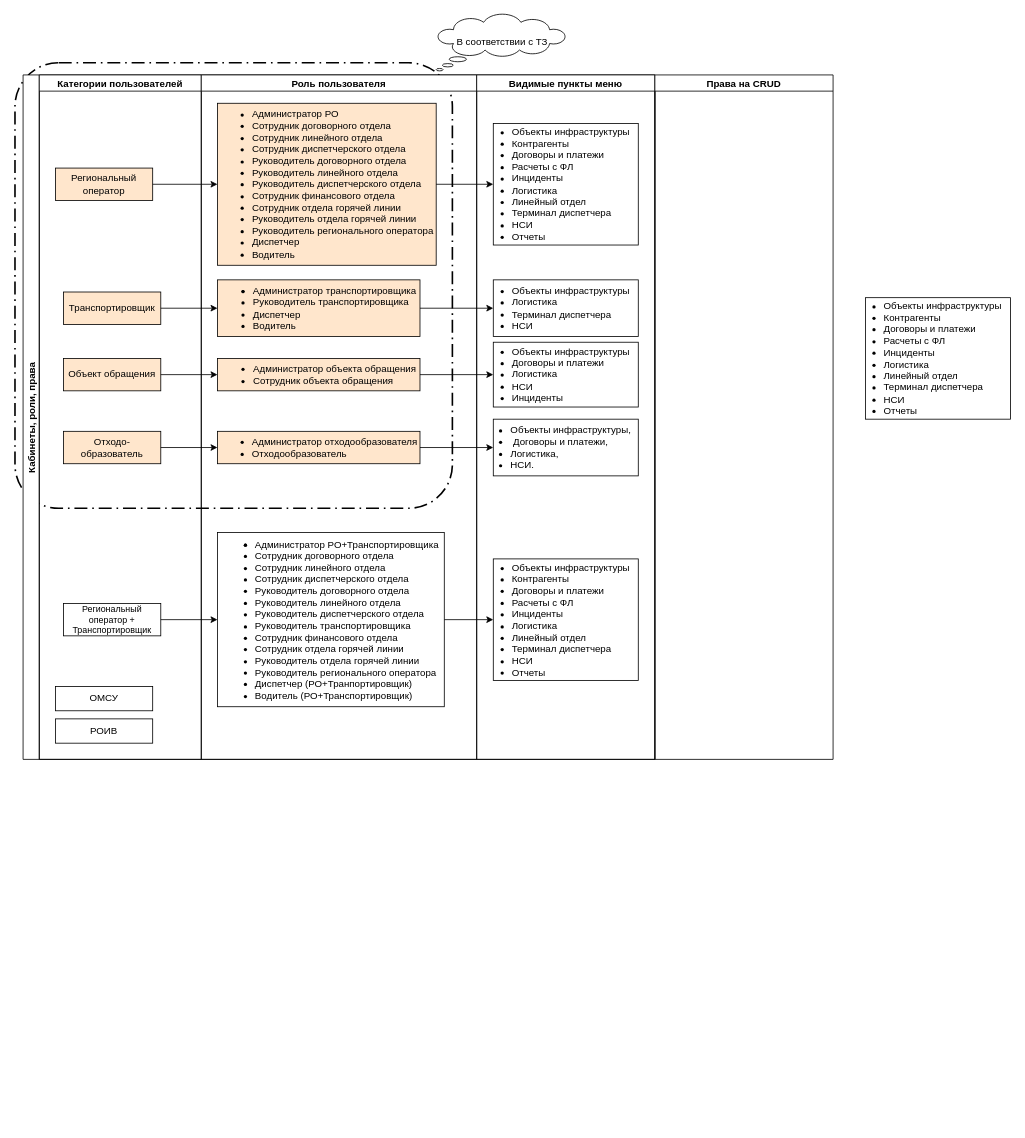
The draw.io diagram page "Схема прав" (1 of 4) of Диаграмма без названия.drawio in SergeiF-Kolomna/diagrams, before the edit. Source tidied: cells renumbered, new cells numbered last; positions are measured from the earlier drawing's top-left corner, leaving out a move shared by most shapes. Both pictures are drawn from the tidied source at 81%, with x=0, y=0 at pixel (15, 14).
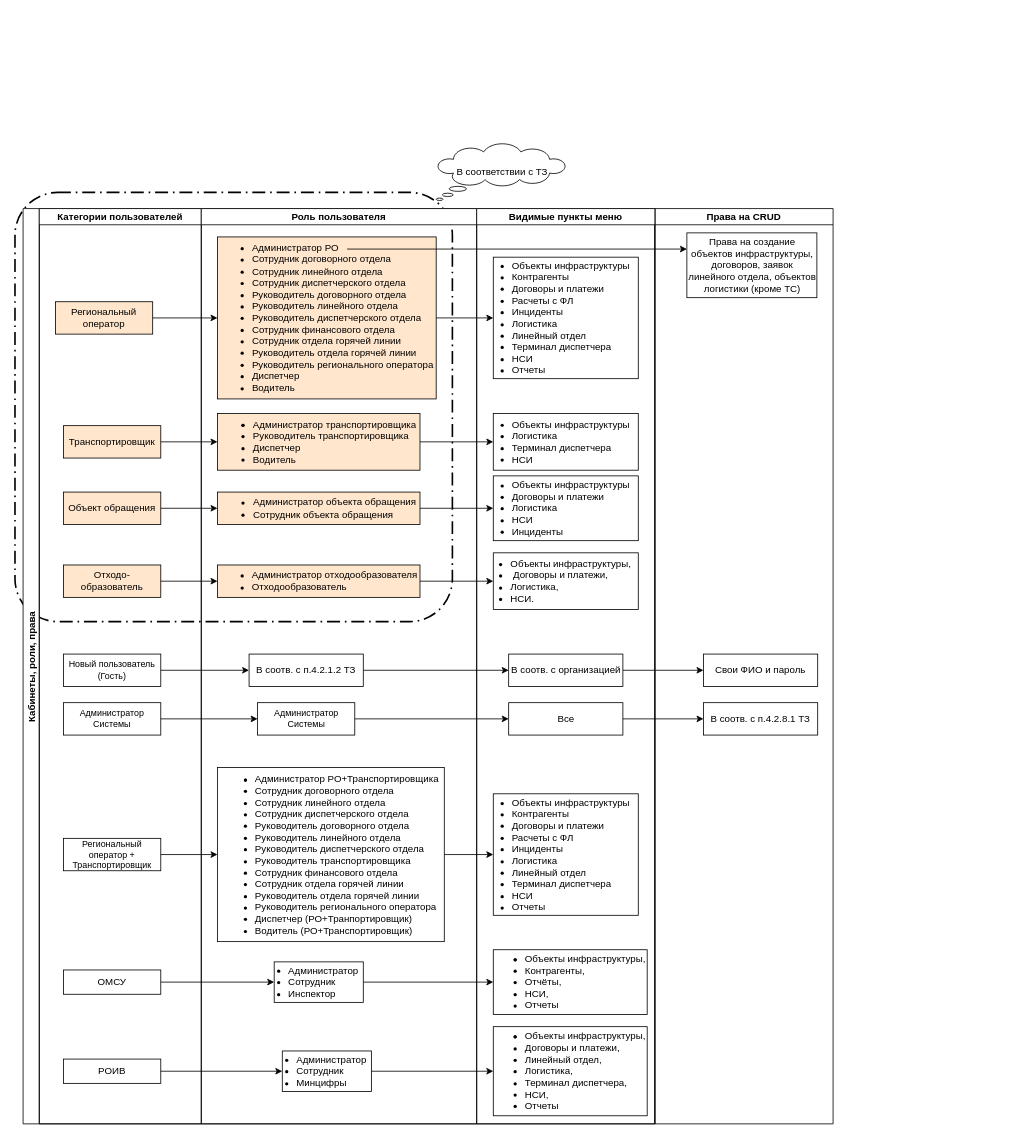
Above is the later version.

What changed in the source:
```diff
@@
     <mxCell id="2" style="rounded=1;arcSize=10;dashed=1;strokeColor=#000000;fillColor=none;gradientColor=none;dashPattern=8 3 1 3;strokeWidth=2;whiteSpace=wrap;html=1;align=left;" parent="1" vertex="1">
-      <mxGeometry y="60" width="540" height="550" as="geometry" />
+      <mxGeometry y="220" width="540" height="530" as="geometry" />
     </mxCell>
+    <mxCell id="35" value="&amp;nbsp;В соответствии с ТЗ" style="whiteSpace=wrap;html=1;shape=mxgraph.basic.cloud_callout;" parent="1" vertex="1">
+      <mxGeometry x="520" y="160" width="160" height="70" as="geometry" />
+    </mxCell>
+    <mxCell id="36" value="Права на CRUD" style="swimlane;startSize=20;" parent="1" vertex="1">
+      <mxGeometry x="790" y="240" width="220" height="1130" as="geometry" />
+    </mxCell>
+    <mxCell id="38" value="Свои ФИО и пароль" style="rounded=0;whiteSpace=wrap;html=1;" parent="36" vertex="1">
+      <mxGeometry x="60" y="550" width="141" height="40" as="geometry" />
+    </mxCell>
+    <mxCell id="39" value="В соотв. с п.4.2.8.1 ТЗ" style="rounded=0;whiteSpace=wrap;html=1;" parent="36" vertex="1">
+      <mxGeometry x="60" y="610" width="141" height="40" as="geometry" />
+    </mxCell>
+    <mxCell id="40" value="Права на создание объектов инфраструктуры, договоров, заявок линейного отдела, объектов логистики (кроме ТС)" style="rounded=0;whiteSpace=wrap;html=1;" parent="36" vertex="1">
+      <mxGeometry x="39.5" y="30" width="160.5" height="80" as="geometry" />
+    </mxCell>
     <mxCell id="3" value="Кабинеты, роли, права" style="swimlane;startSize=20;horizontal=0;" parent="1" vertex="1">
-      <mxGeometry x="10" y="75" width="780" height="845" as="geometry" />
+      <mxGeometry x="10" y="240" width="780" height="1130" as="geometry" />
     </mxCell>
     <mxCell id="4" value="Категории пользователей" style="swimlane;startSize=20;" parent="3" vertex="1">
-      <mxGeometry x="20" width="200" height="845" as="geometry" />
+      <mxGeometry x="20" width="200" height="1130" as="geometry" />
     </mxCell>
@@
+    <mxCell id="41" value="Новый пользователь (Гость)" style="rounded=0;whiteSpace=wrap;html=1;fontSize=11;" parent="4" vertex="1">
+      <mxGeometry x="30" y="550" width="120" height="40" as="geometry" />
+    </mxCell>
+    <mxCell id="42" value="Администратор Системы" style="rounded=0;whiteSpace=wrap;html=1;fontSize=11;" parent="4" vertex="1">
+      <mxGeometry x="30" y="610" width="120" height="40" as="geometry" />
+    </mxCell>
     <mxCell id="9" value="Роль пользователя" style="swimlane;startSize=20;" parent="3" vertex="1">
-      <mxGeometry x="220" width="340" height="845" as="geometry" />
+      <mxGeometry x="220" width="340" height="1130" as="geometry" />
     </mxCell>
@@
-    <mxCell id="14" value="&lt;ul style=&quot;text-align: left; text-wrap: nowrap;&quot;&gt;&lt;li&gt;&lt;li&gt;Администратор РО+Транспортировщика&lt;/li&gt;&lt;li&gt;Сотрудник договорного отдела&lt;/li&gt;&lt;li&gt;Сотрудник линейного отдела&lt;/li&gt;&lt;li&gt;Сотрудник диспетчерского отдела&lt;/li&gt;&lt;li&gt;Руководитель договорного отдела&lt;/li&gt;&lt;li&gt;Руководитель линейного отдела&lt;/li&gt;&lt;li&gt;Руководитель диспетчерского отдела&lt;/li&gt;&lt;li&gt;Руководитель транспортировщика&lt;/li&gt;&lt;li&gt;Сотрудник финансового отдела&lt;/li&gt;&lt;li&gt;Сотрудник отдела горячей линии&lt;/li&gt;&lt;li&gt;Руководитель отдела горячей линии&lt;/li&gt;&lt;li&gt;Руководитель регионального оператора&lt;/li&gt;&lt;li&gt;Диспетчер (РО+Транпортировщик)&lt;/li&gt;&lt;li&gt;Водитель (РО+Транспортировщик)&lt;/li&gt;&lt;/li&gt;&lt;/ul&gt;" style="rounded=0;whiteSpace=wrap;html=1;spacing=0;" parent="9" vertex="1">
-      <mxGeometry x="20" y="565" width="280" height="215" as="geometry" />
-    </mxCell>
-    <mxCell id="15" value="Региональный оператор + Транспортировщик" style="rounded=0;whiteSpace=wrap;html=1;fontSize=11;" parent="9" vertex="1">
-      <mxGeometry x="-170" y="652.5" width="120" height="40" as="geometry" />
-    </mxCell>
-    <mxCell id="16" style="edgeStyle=orthogonalEdgeStyle;rounded=0;jettySize=auto;html=1;entryX=0;entryY=0.5;entryDx=0;entryDy=0;" parent="9" edge="1" source="15" target="14">
-      <mxGeometry relative="1" as="geometry" />
-    </mxCell>
-    <mxCell id="17" value="ОМСУ" style="rounded=0;whiteSpace=wrap;html=1;fontSize=12;" parent="9" vertex="1">
-      <mxGeometry x="-180" y="755" width="120" height="30" as="geometry" />
-    </mxCell>
-    <mxCell id="18" value="РОИВ" style="rounded=0;whiteSpace=wrap;html=1;" parent="9" vertex="1">
-      <mxGeometry x="-180" y="795" width="120" height="30" as="geometry" />
-    </mxCell>
+    <mxCell id="43" value="В соотв. с п.4.2.1.2 ТЗ" style="rounded=0;whiteSpace=wrap;html=1;" parent="9" vertex="1">
+      <mxGeometry x="59" y="550" width="141" height="40" as="geometry" />
+    </mxCell>
+    <mxCell id="44" value="Администратор Системы" style="rounded=0;whiteSpace=wrap;html=1;fontSize=11;" parent="9" vertex="1">
+      <mxGeometry x="69.5" y="610" width="120" height="40" as="geometry" />
+    </mxCell>
+    <mxCell id="45" style="endArrow=classic;html=1;rounded=0;entryX=0;entryY=0.25;entryDx=0;entryDy=0;" parent="9" edge="1" target="40">
+      <mxGeometry relative="1" as="geometry">
+        <mxPoint x="180" y="50" as="sourcePoint" />
+      </mxGeometry>
+    </mxCell>
     <mxCell id="19" value="Видимые пункты меню" style="swimlane;startSize=20;" parent="3" vertex="1">
-      <mxGeometry x="560" width="220" height="845" as="geometry" />
+      <mxGeometry x="560" width="220" height="1130" as="geometry" />
     </mxCell>
@@
     <mxCell id="25" value="&lt;ul style=&quot;text-align: left; margin-top: 2px; margin-bottom: 2px; padding-left: 12px;&quot;&gt;&lt;li&gt;Объекты инфраструктуры&lt;/li&gt;&lt;li&gt;Контрагенты&lt;/li&gt;&lt;li&gt;Договоры и платежи&lt;/li&gt;&lt;li&gt;Расчеты с ФЛ&lt;/li&gt;&lt;li&gt;Инциденты&lt;/li&gt;&lt;li&gt;Логистика&lt;/li&gt;&lt;li&gt;Линейный отдел&lt;/li&gt;&lt;li&gt;Терминал диспетчера&lt;/li&gt;&lt;li&gt;НСИ&lt;/li&gt;&lt;li&gt;Отчеты&lt;/li&gt;&lt;/ul&gt;" style="rounded=0;whiteSpace=wrap;html=1;" parent="19" vertex="1">
-      <mxGeometry x="20.5" y="597.5" width="179" height="150" as="geometry" />
+      <mxGeometry x="20.5" y="722.5" width="179" height="150" as="geometry" />
     </mxCell>
+    <mxCell id="46" value="&lt;ul style=&quot;text-align: left;&quot;&gt;&lt;li style=&quot;&quot;&gt;&lt;li style=&quot;&quot;&gt;&lt;span style=&quot;text-wrap: nowrap;&quot;&gt;Объекты инфраструктуры,&amp;nbsp;&lt;/span&gt;&lt;/li&gt;&lt;li style=&quot;&quot;&gt;&lt;span style=&quot;text-wrap: nowrap;&quot;&gt;Контрагенты,&amp;nbsp;&lt;/span&gt;&lt;/li&gt;&lt;li style=&quot;&quot;&gt;&lt;span style=&quot;text-wrap: nowrap;&quot;&gt;Отчёты,&amp;nbsp;&lt;/span&gt;&lt;/li&gt;&lt;li style=&quot;&quot;&gt;&lt;span style=&quot;text-wrap: nowrap;&quot;&gt;НСИ,&amp;nbsp;&lt;/span&gt;&lt;/li&gt;&lt;li style=&quot;&quot;&gt;&lt;span style=&quot;text-wrap: nowrap;&quot;&gt;Отчеты&lt;/span&gt;&lt;br&gt;&lt;/li&gt;&lt;/li&gt;&lt;/ul&gt;" style="rounded=0;whiteSpace=wrap;html=1;spacing=0;" parent="19" vertex="1">
+      <mxGeometry x="20.5" y="915" width="190" height="80" as="geometry" />
+    </mxCell>
+    <mxCell id="47" value="&lt;ul style=&quot;text-align: left;&quot;&gt;&lt;li style=&quot;&quot;&gt;&lt;li style=&quot;&quot;&gt;&lt;span style=&quot;text-wrap: nowrap;&quot;&gt;Объекты инфраструктуры,&amp;nbsp;&lt;/span&gt;&lt;/li&gt;&lt;li style=&quot;&quot;&gt;&lt;span style=&quot;text-wrap: nowrap;&quot;&gt;Договоры и платежи,&amp;nbsp;&lt;/span&gt;&lt;/li&gt;&lt;li style=&quot;&quot;&gt;&lt;span style=&quot;text-wrap: nowrap;&quot;&gt;Линейный отдел,&amp;nbsp;&lt;/span&gt;&lt;/li&gt;&lt;li style=&quot;&quot;&gt;&lt;span style=&quot;text-wrap: nowrap;&quot;&gt;Логистика,&amp;nbsp;&lt;/span&gt;&lt;/li&gt;&lt;li style=&quot;&quot;&gt;&lt;span style=&quot;text-wrap: nowrap;&quot;&gt;Терминал диспетчера,&amp;nbsp;&lt;/span&gt;&lt;/li&gt;&lt;li style=&quot;&quot;&gt;&lt;span style=&quot;text-wrap: nowrap;&quot;&gt;НСИ,&amp;nbsp;&lt;/span&gt;&lt;/li&gt;&lt;li style=&quot;&quot;&gt;&lt;span style=&quot;text-wrap: nowrap;&quot;&gt;Отчеты&lt;/span&gt;&lt;br&gt;&lt;/li&gt;&lt;/li&gt;&lt;/ul&gt;" style="rounded=0;whiteSpace=wrap;html=1;spacing=0;" parent="19" vertex="1">
+      <mxGeometry x="20.5" y="1010" width="190" height="110" as="geometry" />
+    </mxCell>
+    <mxCell id="48" value="&lt;ul style=&quot;text-align: left; margin-top: 2px; margin-bottom: 2px; padding-left: 12px;&quot;&gt;&lt;li&gt;Администратор&lt;/li&gt;&lt;li&gt;Сотрудник&lt;/li&gt;&lt;li&gt;Минцифры&lt;/li&gt;&lt;/ul&gt;" style="rounded=0;whiteSpace=wrap;html=1;" parent="19" vertex="1">
+      <mxGeometry x="-240" y="1040" width="110" height="50" as="geometry" />
+    </mxCell>
+    <mxCell id="49" style="edgeStyle=orthogonalEdgeStyle;rounded=0;jettySize=auto;html=1;" parent="19" edge="1" source="48" target="47">
+      <mxGeometry relative="1" as="geometry" />
+    </mxCell>
+    <mxCell id="37" value="&lt;ul style=&quot;text-align: left; margin-top: 2px; margin-bottom: 2px; padding-left: 12px;&quot;&gt;&lt;li&gt;Администратор&lt;/li&gt;&lt;li&gt;Сотрудник&lt;/li&gt;&lt;li&gt;Инспектор&lt;/li&gt;&lt;/ul&gt;" style="rounded=0;whiteSpace=wrap;html=1;" parent="19" vertex="1">
+      <mxGeometry x="-250" y="930" width="110" height="50" as="geometry" />
+    </mxCell>
+    <mxCell id="14" value="&lt;ul style=&quot;text-align: left; text-wrap: nowrap;&quot;&gt;&lt;li&gt;&lt;li&gt;Администратор РО+Транспортировщика&lt;/li&gt;&lt;li&gt;Сотрудник договорного отдела&lt;/li&gt;&lt;li&gt;Сотрудник линейного отдела&lt;/li&gt;&lt;li&gt;Сотрудник диспетчерского отдела&lt;/li&gt;&lt;li&gt;Руководитель договорного отдела&lt;/li&gt;&lt;li&gt;Руководитель линейного отдела&lt;/li&gt;&lt;li&gt;Руководитель диспетчерского отдела&lt;/li&gt;&lt;li&gt;Руководитель транспортировщика&lt;/li&gt;&lt;li&gt;Сотрудник финансового отдела&lt;/li&gt;&lt;li&gt;Сотрудник отдела горячей линии&lt;/li&gt;&lt;li&gt;Руководитель отдела горячей линии&lt;/li&gt;&lt;li&gt;Руководитель регионального оператора&lt;/li&gt;&lt;li&gt;Диспетчер (РО+Транпортировщик)&lt;/li&gt;&lt;li&gt;Водитель (РО+Транспортировщик)&lt;/li&gt;&lt;/li&gt;&lt;/ul&gt;" style="rounded=0;whiteSpace=wrap;html=1;spacing=0;" parent="19" vertex="1">
+      <mxGeometry x="-320" y="690" width="280" height="215" as="geometry" />
+    </mxCell>
+    <mxCell id="15" value="Региональный оператор + Транспортировщик" style="rounded=0;whiteSpace=wrap;html=1;fontSize=11;" parent="19" vertex="1">
+      <mxGeometry x="-510" y="777.5" width="120" height="40" as="geometry" />
+    </mxCell>
+    <mxCell id="17" value="ОМСУ" style="rounded=0;whiteSpace=wrap;html=1;fontSize=12;" parent="19" vertex="1">
+      <mxGeometry x="-510" y="940" width="120" height="30" as="geometry" />
+    </mxCell>
+    <mxCell id="18" value="РОИВ" style="rounded=0;whiteSpace=wrap;html=1;" parent="19" vertex="1">
+      <mxGeometry x="-510" y="1050" width="120" height="30" as="geometry" />
+    </mxCell>
+    <mxCell id="50" style="edgeStyle=orthogonalEdgeStyle;rounded=0;jettySize=auto;html=1;entryX=0;entryY=0.5;entryDx=0;entryDy=0;" parent="19" edge="1" source="37" target="46">
+      <mxGeometry relative="1" as="geometry" />
+    </mxCell>
+    <mxCell id="34" style="edgeStyle=orthogonalEdgeStyle;rounded=0;jettySize=auto;html=1;" parent="19" edge="1" source="14" target="25">
+      <mxGeometry relative="1" as="geometry" />
+    </mxCell>
+    <mxCell id="16" style="edgeStyle=orthogonalEdgeStyle;rounded=0;jettySize=auto;html=1;entryX=0;entryY=0.5;entryDx=0;entryDy=0;" parent="19" edge="1" source="15" target="14">
+      <mxGeometry relative="1" as="geometry" />
+    </mxCell>
+    <mxCell id="51" style="edgeStyle=orthogonalEdgeStyle;rounded=0;jettySize=auto;html=1;entryX=0;entryY=0.5;entryDx=0;entryDy=0;" parent="19" edge="1" source="17" target="37">
+      <mxGeometry relative="1" as="geometry" />
+    </mxCell>
+    <mxCell id="52" style="edgeStyle=orthogonalEdgeStyle;rounded=0;jettySize=auto;html=1;entryX=0;entryY=0.5;entryDx=0;entryDy=0;" parent="19" edge="1" source="18" target="48">
+      <mxGeometry relative="1" as="geometry" />
+    </mxCell>
+    <mxCell id="53" value="В соотв. с организацией" style="rounded=0;whiteSpace=wrap;html=1;" parent="19" vertex="1">
+      <mxGeometry x="39.5" y="550" width="141" height="40" as="geometry" />
+    </mxCell>
+    <mxCell id="54" value="Все" style="rounded=0;whiteSpace=wrap;html=1;" parent="19" vertex="1">
+      <mxGeometry x="39.5" y="610" width="141" height="40" as="geometry" />
+    </mxCell>
@@
-    <mxCell id="34" style="edgeStyle=orthogonalEdgeStyle;rounded=0;jettySize=auto;html=1;" parent="3" edge="1" source="14" target="25">
-      <mxGeometry relative="1" as="geometry" />
-    </mxCell>
-    <mxCell id="35" value="&amp;nbsp;В соответствии с ТЗ" style="whiteSpace=wrap;html=1;shape=mxgraph.basic.cloud_callout;" parent="1" vertex="1">
-      <mxGeometry x="520" width="160" height="70" as="geometry" />
-    </mxCell>
-    <mxCell id="36" value="Права на CRUD" style="swimlane;startSize=20;" parent="1" vertex="1">
-      <mxGeometry x="790" y="75" width="220" height="845" as="geometry" />
-    </mxCell>
-    <mxCell id="37" value="&lt;ul style=&quot;text-align: left; margin-top: 2px; margin-bottom: 2px; padding-left: 12px;&quot;&gt;&lt;li&gt;Объекты инфраструктуры&lt;/li&gt;&lt;li&gt;Контрагенты&lt;/li&gt;&lt;li&gt;Договоры и платежи&lt;/li&gt;&lt;li&gt;Расчеты с ФЛ&lt;/li&gt;&lt;li&gt;Инциденты&lt;/li&gt;&lt;li&gt;Логистика&lt;/li&gt;&lt;li&gt;Линейный отдел&lt;/li&gt;&lt;li&gt;Терминал диспетчера&lt;/li&gt;&lt;li&gt;НСИ&lt;/li&gt;&lt;li&gt;Отчеты&lt;/li&gt;&lt;/ul&gt;" style="rounded=0;whiteSpace=wrap;html=1;" parent="1" vertex="1">
-      <mxGeometry x="1050" y="350" width="179" height="150" as="geometry" />
-    </mxCell>
+    <mxCell id="55" style="edgeStyle=orthogonalEdgeStyle;rounded=0;jettySize=auto;html=1;entryX=0;entryY=0.5;entryDx=0;entryDy=0;" parent="3" edge="1" source="41" target="43">
+      <mxGeometry relative="1" as="geometry" />
+    </mxCell>
+    <mxCell id="56" style="edgeStyle=orthogonalEdgeStyle;rounded=0;jettySize=auto;html=1;" parent="3" edge="1" source="43" target="53">
+      <mxGeometry relative="1" as="geometry" />
+    </mxCell>
+    <mxCell id="57" style="edgeStyle=orthogonalEdgeStyle;rounded=0;jettySize=auto;html=1;" parent="3" edge="1" source="42" target="44">
+      <mxGeometry relative="1" as="geometry" />
+    </mxCell>
+    <mxCell id="58" style="edgeStyle=orthogonalEdgeStyle;rounded=0;jettySize=auto;html=1;entryX=0;entryY=0.5;entryDx=0;entryDy=0;" parent="3" edge="1" source="44" target="54">
+      <mxGeometry relative="1" as="geometry" />
+    </mxCell>
+    <mxCell id="59" style="edgeStyle=orthogonalEdgeStyle;rounded=0;jettySize=auto;html=1;entryX=0;entryY=0.5;entryDx=0;entryDy=0;" parent="1" edge="1" source="53" target="38">
+      <mxGeometry relative="1" as="geometry" />
+    </mxCell>
+    <mxCell id="60" style="edgeStyle=orthogonalEdgeStyle;rounded=0;jettySize=auto;html=1;entryX=0;entryY=0.5;entryDx=0;entryDy=0;" parent="1" edge="1" source="54" target="39">
+      <mxGeometry relative="1" as="geometry" />
+    </mxCell>
```
